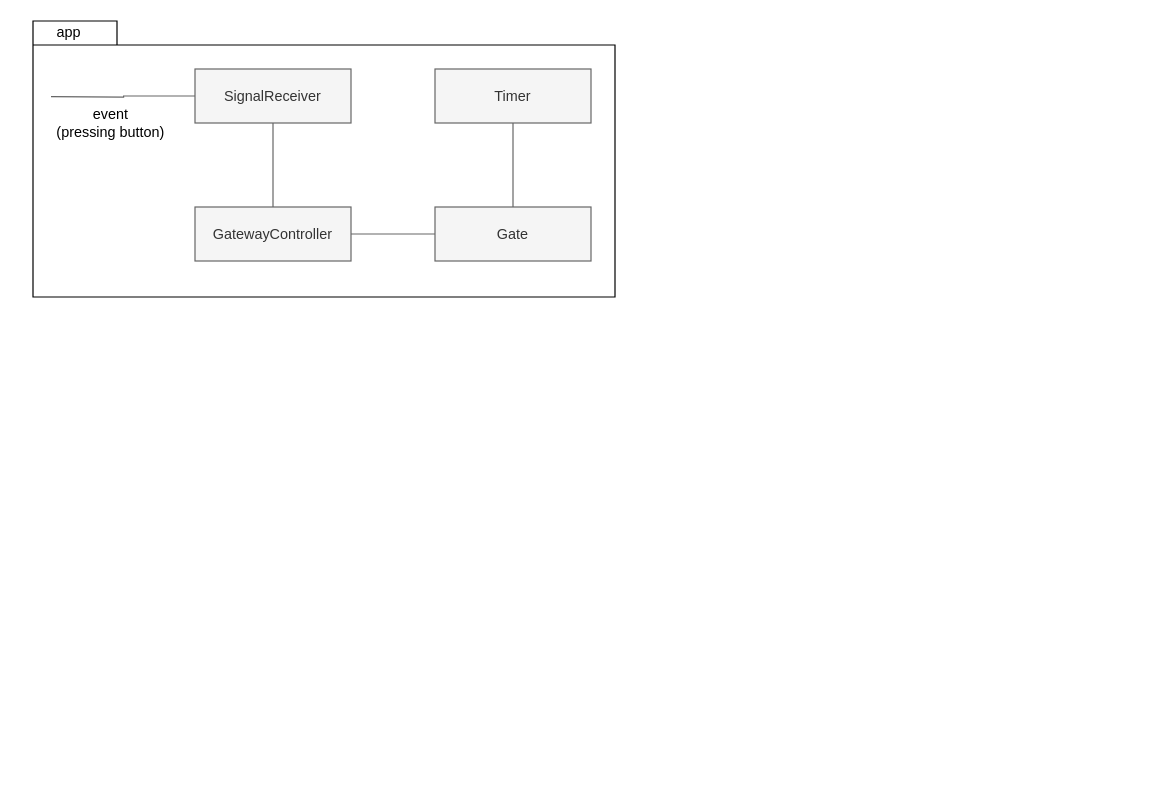
This is Gateway_v1.drawio from JustSanya/ss-learning, a draw.io file, before an edit. Source tidied: cells renumbered, new cells numbered last; positions are measured from the earlier drawing's top-left corner, leaving out a move shared by most shapes. Both pictures are drawn from the tidied source at 120%, with x=0, y=0 at pixel (32, 20).
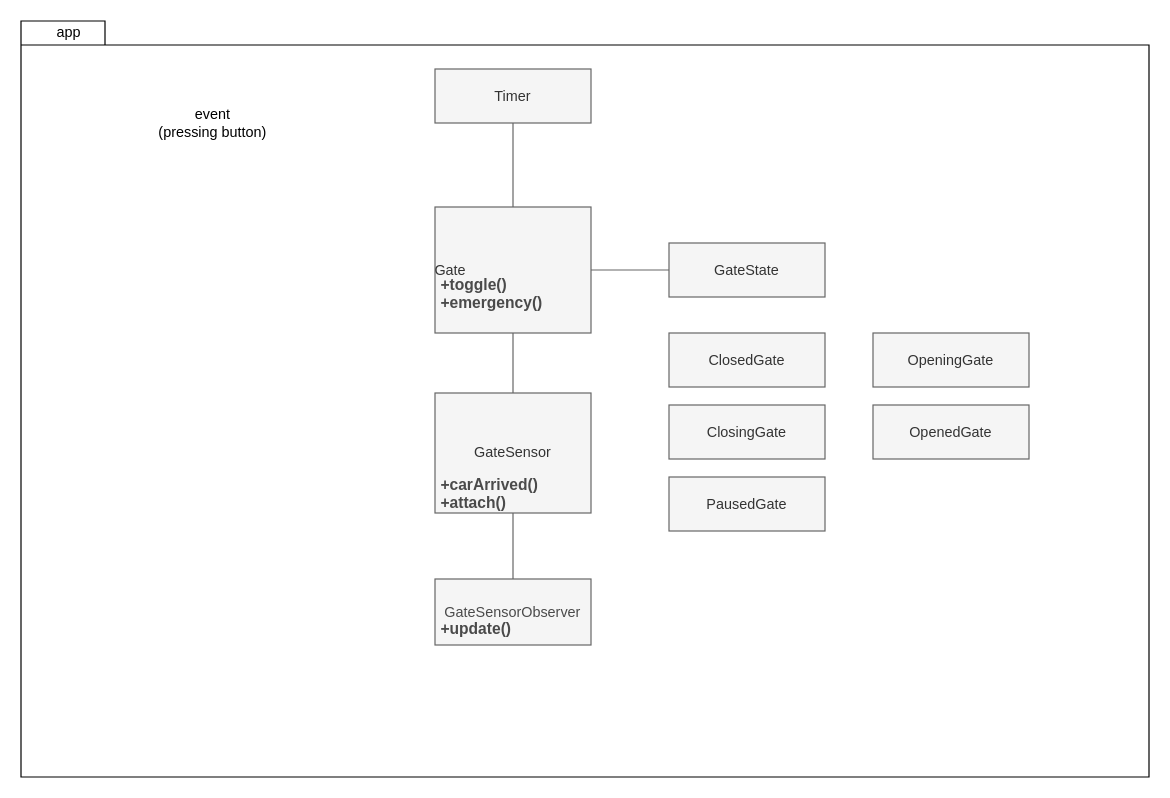
After the change.

Commit message (it also covers changes not shown here):
added autoclosing and configuration for intervals

Change to the diagram source:
```diff
@@
     <mxCell id="2" style="shape=folder;fontStyle=1;spacingTop=10;tabWidth=70;tabHeight=20;tabPosition=left;html=1;strokeWidth=1;" parent="1" vertex="1">
-      <mxGeometry width="485" height="230" as="geometry" />
+      <mxGeometry x="-10" width="940" height="630" as="geometry" />
     </mxCell>
-    <mxCell id="3" value="GatewayController" style="whiteSpace=wrap;html=1;fontColor=#333333;strokeColor=#666666;strokeWidth=1;fillColor=#f5f5f5;align=center;spacing=0;" parent="1" vertex="1">
-      <mxGeometry x="135" y="155" width="130" height="45" as="geometry" />
-    </mxCell>
-    <mxCell id="4" style="endArrow=none;endFill=0;endSize=24;html=1;entryX=0;entryY=0.5;entryDx=0;entryDy=0;strokeWidth=1;edgeStyle=orthogonalEdgeStyle;rounded=0;strokeColor=#666666;fillColor=#f5f5f5;exitX=1;exitY=0.5;exitDx=0;exitDy=0;" parent="1" edge="1" source="3" target="12">
-      <mxGeometry relative="1" as="geometry" />
-    </mxCell>
-    <mxCell id="5" style="endArrow=none;endFill=0;endSize=24;html=1;entryX=0.5;entryY=0;entryDx=0;entryDy=0;strokeWidth=1;edgeStyle=orthogonalEdgeStyle;rounded=0;strokeColor=#666666;fillColor=#f5f5f5;exitX=0.5;exitY=1;exitDx=0;exitDy=0;" parent="1" edge="1" source="8" target="3">
-      <mxGeometry relative="1" as="geometry" />
-    </mxCell>
-    <mxCell id="6" style="edgeLabel;html=1;align=center;verticalAlign=middle;" parent="5" vertex="1">
-      <mxGeometry x="0.28" y="1" relative="1" as="geometry" />
-    </mxCell>
     <mxCell id="7" value="event&lt;br&gt;(pressing button)" style="text;html=1;strokeColor=none;fillColor=none;align=center;verticalAlign=middle;whiteSpace=wrap;rounded=0;" parent="1" vertex="1">
-      <mxGeometry x="15" y="70" width="100" height="30" as="geometry" />
+      <mxGeometry x="100" y="70" width="100" height="30" as="geometry" />
     </mxCell>
-    <mxCell id="8" value="SignalReceiver" style="whiteSpace=wrap;html=1;fontColor=#333333;strokeColor=#666666;strokeWidth=1;fillColor=#f5f5f5;align=center;spacing=0;" parent="1" vertex="1">
-      <mxGeometry x="135" y="40" width="130" height="45" as="geometry" />
-    </mxCell>
-    <mxCell id="9" style="endArrow=none;endFill=0;endSize=24;html=1;entryX=0;entryY=0.5;entryDx=0;entryDy=0;strokeWidth=1;edgeStyle=orthogonalEdgeStyle;rounded=0;strokeColor=#666666;fillColor=#f5f5f5;" parent="1" edge="1" target="8">
-      <mxGeometry relative="1" as="geometry">
-        <mxPoint x="15" y="63" as="sourcePoint" />
-      </mxGeometry>
-    </mxCell>
@@
-    <mxCell id="12" value="&lt;span&gt;Gate&lt;/span&gt;" style="whiteSpace=wrap;html=1;fontColor=#333333;strokeColor=#666666;strokeWidth=1;fillColor=#f5f5f5;align=center;spacing=0;" parent="1" vertex="1">
-      <mxGeometry x="335" y="155" width="130" height="45" as="geometry" />
+    <mxCell id="12" value="&lt;span&gt;Gate&lt;/span&gt;" style="whiteSpace=wrap;html=1;fontColor=#333333;strokeColor=#666666;strokeWidth=1;fillColor=#f5f5f5;align=left;spacing=0;" parent="1" vertex="1">
+      <mxGeometry x="335" y="155" width="130" height="105" as="geometry" />
     </mxCell>
@@
+    <mxCell id="15" value="GateSensor" style="whiteSpace=wrap;html=1;fontColor=#333333;strokeColor=#666666;strokeWidth=1;fillColor=#f5f5f5;align=center;spacing=0;" parent="1" vertex="1">
+      <mxGeometry x="335" y="310" width="130" height="100" as="geometry" />
+    </mxCell>
+    <mxCell id="16" value="&lt;font color=&quot;#4a4a4a&quot;&gt;GateSensorObserver&lt;/font&gt;" style="whiteSpace=wrap;html=1;fontColor=#333333;strokeColor=#666666;strokeWidth=1;fillColor=#f5f5f5;align=center;spacing=0;" parent="1" vertex="1">
+      <mxGeometry x="335" y="465" width="130" height="55" as="geometry" />
+    </mxCell>
+    <mxCell id="17" value="ClosedGate" style="whiteSpace=wrap;html=1;fontColor=#333333;strokeColor=#666666;strokeWidth=1;fillColor=#f5f5f5;align=center;spacing=0;" parent="1" vertex="1">
+      <mxGeometry x="530" y="260" width="130" height="45" as="geometry" />
+    </mxCell>
+    <mxCell id="18" value="OpeningGate" style="whiteSpace=wrap;html=1;fontColor=#333333;strokeColor=#666666;strokeWidth=1;fillColor=#f5f5f5;align=center;spacing=0;" parent="1" vertex="1">
+      <mxGeometry x="700" y="260" width="130" height="45" as="geometry" />
+    </mxCell>
+    <mxCell id="19" value="OpenedGate" style="whiteSpace=wrap;html=1;fontColor=#333333;strokeColor=#666666;strokeWidth=1;fillColor=#f5f5f5;align=center;spacing=0;" parent="1" vertex="1">
+      <mxGeometry x="700" y="320" width="130" height="45" as="geometry" />
+    </mxCell>
+    <mxCell id="20" value="ClosingGate" style="whiteSpace=wrap;html=1;fontColor=#333333;strokeColor=#666666;strokeWidth=1;fillColor=#f5f5f5;align=center;spacing=0;" parent="1" vertex="1">
+      <mxGeometry x="530" y="320" width="130" height="45" as="geometry" />
+    </mxCell>
+    <mxCell id="21" value="PausedGate" style="whiteSpace=wrap;html=1;fontColor=#333333;strokeColor=#666666;strokeWidth=1;fillColor=#f5f5f5;align=center;spacing=0;" parent="1" vertex="1">
+      <mxGeometry x="530" y="380" width="130" height="45" as="geometry" />
+    </mxCell>
+    <mxCell id="22" style="endArrow=none;html=1;entryX=0.5;entryY=1;entryDx=0;entryDy=0;exitX=0.5;exitY=0;exitDx=0;exitDy=0;strokeColor=#666666;" parent="1" edge="1" source="15" target="12">
+      <mxGeometry relative="1" as="geometry" />
+    </mxCell>
+    <mxCell id="23" value="&lt;span&gt;GateState&lt;/span&gt;" style="whiteSpace=wrap;html=1;fontColor=#333333;strokeColor=#666666;strokeWidth=1;fillColor=#f5f5f5;align=center;spacing=0;" parent="1" vertex="1">
+      <mxGeometry x="530" y="185" width="130" height="45" as="geometry" />
+    </mxCell>
+    <mxCell id="24" value="&lt;h1 style=&quot;font-size: 13px&quot;&gt;&lt;font color=&quot;#4a4a4a&quot;&gt;+toggle()&lt;br&gt;+emergency()&lt;br&gt;&lt;br&gt;&lt;/font&gt;&lt;/h1&gt;" style="text;html=1;strokeColor=none;fillColor=none;spacing=5;spacingTop=-20;whiteSpace=wrap;overflow=hidden;rounded=0;strokeWidth=0;" parent="1" vertex="1">
+      <mxGeometry x="335" y="214" width="150" height="65" as="geometry" />
+    </mxCell>
+    <mxCell id="25" value="&lt;h1 style=&quot;font-size: 13px&quot;&gt;&lt;font color=&quot;#4a4a4a&quot;&gt;+carArrived()&lt;br&gt;+attach()&lt;br&gt;&lt;br&gt;&lt;/font&gt;&lt;/h1&gt;" style="text;html=1;strokeColor=none;fillColor=none;spacing=5;spacingTop=-20;whiteSpace=wrap;overflow=hidden;rounded=0;strokeWidth=0;" parent="1" vertex="1">
+      <mxGeometry x="335" y="380" width="150" height="65" as="geometry" />
+    </mxCell>
+    <mxCell id="26" style="endArrow=none;html=1;fontSize=13;fontColor=#878C91;strokeColor=#666666;entryX=0.5;entryY=1;entryDx=0;entryDy=0;exitX=0.5;exitY=0;exitDx=0;exitDy=0;" parent="1" edge="1" source="16" target="15">
+      <mxGeometry relative="1" as="geometry" />
+    </mxCell>
+    <mxCell id="27" style="endArrow=none;html=1;fontSize=13;fontColor=#878C91;strokeColor=#666666;entryX=0;entryY=0.5;entryDx=0;entryDy=0;exitX=1;exitY=0.5;exitDx=0;exitDy=0;" parent="1" edge="1" source="12" target="23">
+      <mxGeometry relative="1" as="geometry" />
+    </mxCell>
+    <mxCell id="28" value="&lt;h1 style=&quot;font-size: 13px&quot;&gt;&lt;font color=&quot;#4a4a4a&quot;&gt;+update()&lt;/font&gt;&lt;/h1&gt;" style="text;html=1;strokeColor=none;fillColor=none;spacing=5;spacingTop=-20;whiteSpace=wrap;overflow=hidden;rounded=0;strokeWidth=0;" parent="1" vertex="1">
+      <mxGeometry x="335" y="500" width="125" height="20" as="geometry" />
+    </mxCell>
```
